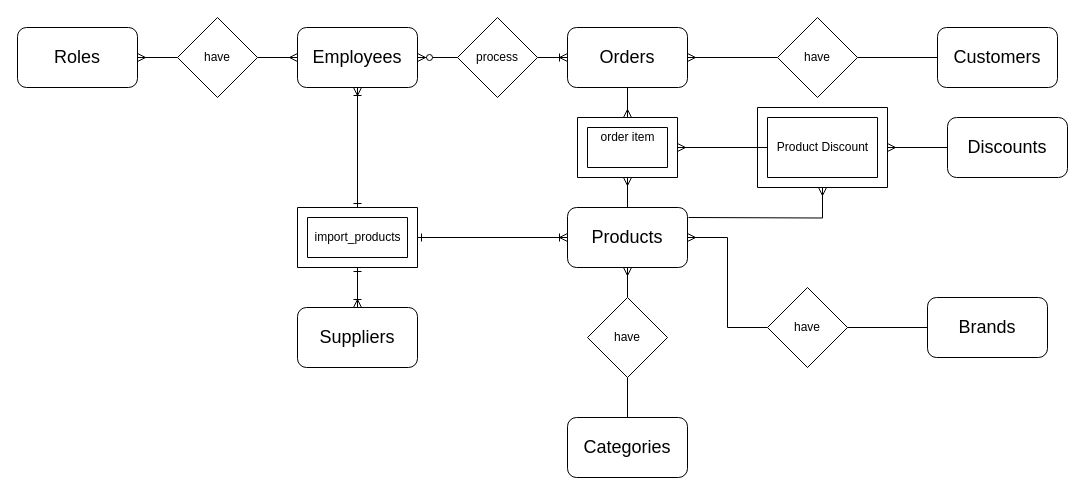
Above: assets/ERD2.drawio in vanluong94/aptech-market-management-system (draw.io), before the change. Source tidied: cells renumbered, new cells numbered last; positions are measured from the earlier drawing's top-left corner, leaving out a move shared by most shapes. Both pictures are drawn from the tidied source at 100%, with x=0, y=0 at pixel (17, 17).
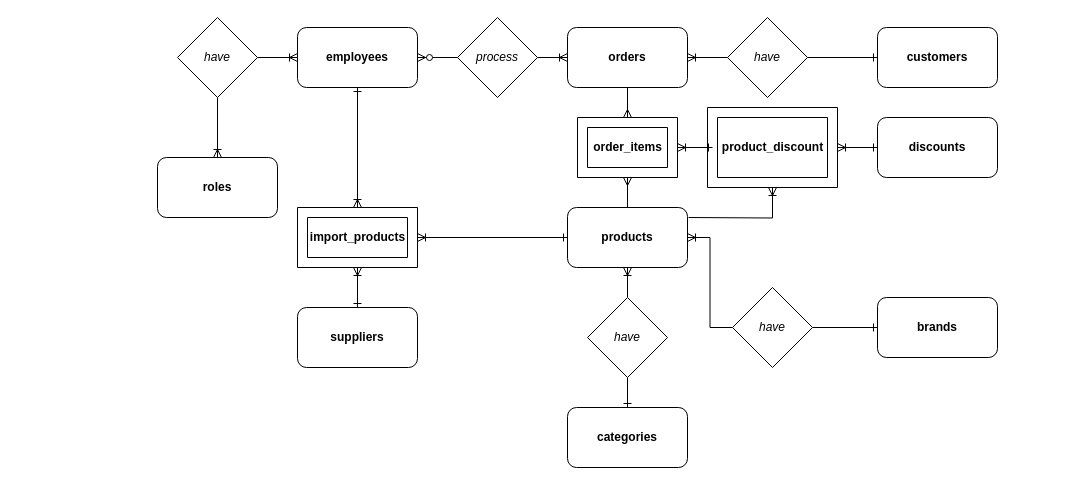
Above is the later version.

What changed in the source:
```diff
@@
-    <mxCell id="2" style="edgeStyle=orthogonalEdgeStyle;rounded=0;jettySize=auto;html=1;entryX=1;entryY=0.5;entryDx=0;entryDy=0;endArrow=none;endFill=0;" parent="1" edge="1" source="3" target="22">
+    <mxCell id="2" style="edgeStyle=orthogonalEdgeStyle;rounded=0;jettySize=auto;html=1;entryX=1;entryY=0.5;entryDx=0;entryDy=0;endArrow=none;endFill=0;startArrow=ERone;startFill=0;fontSize=12;" parent="1" edge="1" source="3" target="22">
       <mxGeometry relative="1" as="geometry" />
     </mxCell>
-    <mxCell id="3" value="Customers" style="rounded=1;whiteSpace=wrap;html=1;fontSize=18;" parent="1" vertex="1">
-      <mxGeometry x="920" y="10" width="120" height="60" as="geometry" />
+    <mxCell id="3" value="customers" style="rounded=1;whiteSpace=wrap;html=1;fontSize=12;fontStyle=1;" parent="1" vertex="1">
+      <mxGeometry x="860" y="10" width="120" height="60" as="geometry" />
     </mxCell>
-    <mxCell id="4" style="edgeStyle=orthogonalEdgeStyle;rounded=0;jettySize=auto;html=1;entryX=0.5;entryY=0;entryDx=0;entryDy=0;entryPerimeter=0;endArrow=ERmany;endFill=0;" parent="1" edge="1" source="5" target="29">
+    <mxCell id="4" style="edgeStyle=orthogonalEdgeStyle;rounded=0;jettySize=auto;html=1;entryX=0.5;entryY=0;entryDx=0;entryDy=0;entryPerimeter=0;endArrow=ERmany;endFill=0;fontSize=12;" parent="1" edge="1" source="5" target="29">
       <mxGeometry relative="1" as="geometry" />
     </mxCell>
-    <mxCell id="5" value="Orders" style="rounded=1;whiteSpace=wrap;html=1;fontSize=18;" parent="1" vertex="1">
+    <mxCell id="5" value="orders" style="rounded=1;whiteSpace=wrap;html=1;fontSize=12;fontStyle=1;" parent="1" vertex="1">
       <mxGeometry x="550" y="10" width="120" height="60" as="geometry" />
     </mxCell>
-    <mxCell id="6" style="edgeStyle=none;rounded=0;jettySize=auto;html=1;entryX=0;entryY=0.5;entryDx=0;entryDy=0;fontSize=18;endArrow=ERoneToMany;endFill=0;startArrow=none;startFill=1;exitX=1;exitY=0.5;exitDx=0;exitDy=0;" parent="1" edge="1" source="23" target="5">
+    <mxCell id="6" style="edgeStyle=none;rounded=0;jettySize=auto;html=1;entryX=0;entryY=0.5;entryDx=0;entryDy=0;fontSize=12;endArrow=ERoneToMany;endFill=0;startArrow=none;startFill=1;exitX=1;exitY=0.5;exitDx=0;exitDy=0;" parent="1" edge="1" source="23" target="5">
       <mxGeometry relative="1" as="geometry" />
     </mxCell>
-    <mxCell id="7" style="edgeStyle=orthogonalEdgeStyle;rounded=0;jettySize=auto;html=1;entryX=0.5;entryY=0;entryDx=0;entryDy=0;exitX=0.5;exitY=1;exitDx=0;exitDy=0;entryPerimeter=0;endArrow=ERone;endFill=0;startArrow=ERoneToMany;startFill=0;" parent="1" edge="1" source="8" target="38">
+    <mxCell id="7" style="edgeStyle=orthogonalEdgeStyle;rounded=0;jettySize=auto;html=1;entryX=0.5;entryY=0;entryDx=0;entryDy=0;exitX=0.5;exitY=1;exitDx=0;exitDy=0;entryPerimeter=0;endArrow=ERoneToMany;endFill=0;startArrow=ERone;startFill=0;fontSize=12;" parent="1" edge="1" source="8" target="38">
       <mxGeometry relative="1" as="geometry" />
     </mxCell>
-    <mxCell id="8" value="Employees" style="rounded=1;whiteSpace=wrap;html=1;fontSize=18;" parent="1" vertex="1">
+    <mxCell id="8" value="employees" style="rounded=1;whiteSpace=wrap;html=1;fontSize=12;fontStyle=1;" parent="1" vertex="1">
       <mxGeometry x="280" y="10" width="120" height="60" as="geometry" />
     </mxCell>
-    <mxCell id="9" style="edgeStyle=orthogonalEdgeStyle;rounded=0;jettySize=auto;html=1;endArrow=ERmany;endFill=0;entryX=0.5;entryY=1;entryDx=0;entryDy=0;entryPerimeter=0;" parent="1" edge="1" source="11" target="29">
+    <mxCell id="9" style="edgeStyle=orthogonalEdgeStyle;rounded=0;jettySize=auto;html=1;endArrow=ERmany;endFill=0;entryX=0.5;entryY=1;entryDx=0;entryDy=0;entryPerimeter=0;fontSize=12;" parent="1" edge="1" source="11" target="29">
       <mxGeometry relative="1" as="geometry" />
     </mxCell>
-    <mxCell id="10" style="edgeStyle=orthogonalEdgeStyle;rounded=0;jettySize=auto;html=1;entryX=0.5;entryY=1;entryDx=0;entryDy=0;entryPerimeter=0;endArrow=ERmany;endFill=0;" parent="1" edge="1" target="33">
+    <mxCell id="10" style="edgeStyle=orthogonalEdgeStyle;rounded=0;jettySize=auto;html=1;entryX=0.5;entryY=1;entryDx=0;entryDy=0;entryPerimeter=0;endArrow=ERoneToMany;endFill=0;fontSize=12;" parent="1" edge="1" target="33">
       <mxGeometry relative="1" as="geometry">
         <mxPoint x="671" y="200" as="sourcePoint" />
       </mxGeometry>
     </mxCell>
-    <mxCell id="11" value="Products" style="rounded=1;whiteSpace=wrap;html=1;fontSize=18;" parent="1" vertex="1">
+    <mxCell id="11" value="products" style="rounded=1;whiteSpace=wrap;html=1;fontSize=12;fontStyle=1;" parent="1" vertex="1">
       <mxGeometry x="550" y="190" width="120" height="60" as="geometry" />
     </mxCell>
-    <mxCell id="12" style="edgeStyle=orthogonalEdgeStyle;rounded=0;jettySize=auto;html=1;entryX=0.5;entryY=1;entryDx=0;entryDy=0;entryPerimeter=0;endArrow=ERone;endFill=0;startArrow=ERoneToMany;startFill=0;" parent="1" edge="1" source="13" target="38">
+    <mxCell id="12" style="edgeStyle=orthogonalEdgeStyle;rounded=0;jettySize=auto;html=1;entryX=0.5;entryY=1;entryDx=0;entryDy=0;entryPerimeter=0;endArrow=ERoneToMany;endFill=0;startArrow=ERone;startFill=0;fontSize=12;" parent="1" edge="1" source="13" target="38">
       <mxGeometry relative="1" as="geometry" />
     </mxCell>
-    <mxCell id="13" value="Suppliers" style="rounded=1;whiteSpace=wrap;html=1;fontSize=18;" parent="1" vertex="1">
+    <mxCell id="13" value="suppliers" style="rounded=1;whiteSpace=wrap;html=1;fontSize=12;fontStyle=1;" parent="1" vertex="1">
       <mxGeometry x="280" y="290" width="120" height="60" as="geometry" />
     </mxCell>
-    <mxCell id="14" style="edgeStyle=orthogonalEdgeStyle;rounded=0;jettySize=auto;html=1;entryX=0.5;entryY=1;entryDx=0;entryDy=0;endArrow=none;endFill=0;" parent="1" edge="1" source="15" target="32">
+    <mxCell id="14" style="edgeStyle=orthogonalEdgeStyle;rounded=0;jettySize=auto;html=1;entryX=0.5;entryY=1;entryDx=0;entryDy=0;endArrow=none;endFill=0;startArrow=ERone;startFill=0;fontSize=12;" parent="1" edge="1" source="15" target="32">
       <mxGeometry relative="1" as="geometry" />
     </mxCell>
-    <mxCell id="15" value="Categories" style="rounded=1;whiteSpace=wrap;html=1;fontSize=18;" parent="1" vertex="1">
-      <mxGeometry x="550" y="400" width="120" height="60" as="geometry" />
+    <mxCell id="15" value="categories" style="rounded=1;whiteSpace=wrap;html=1;fontSize=12;fontStyle=1;" parent="1" vertex="1">
+      <mxGeometry x="550" y="390" width="120" height="60" as="geometry" />
     </mxCell>
-    <mxCell id="16" style="edgeStyle=orthogonalEdgeStyle;rounded=0;jettySize=auto;html=1;entryX=1;entryY=0.5;entryDx=0;entryDy=0;entryPerimeter=0;endArrow=ERmany;endFill=0;" parent="1" edge="1" source="17" target="33">
+    <mxCell id="16" style="edgeStyle=orthogonalEdgeStyle;rounded=0;jettySize=auto;html=1;entryX=1;entryY=0.5;entryDx=0;entryDy=0;entryPerimeter=0;endArrow=ERoneToMany;endFill=0;startArrow=ERone;startFill=0;fontSize=12;" parent="1" edge="1" source="17" target="33">
       <mxGeometry relative="1" as="geometry" />
     </mxCell>
-    <mxCell id="17" value="Discounts" style="rounded=1;whiteSpace=wrap;html=1;fontSize=18;" parent="1" vertex="1">
-      <mxGeometry x="930" y="100" width="120" height="60" as="geometry" />
+    <mxCell id="17" value="discounts" style="rounded=1;whiteSpace=wrap;html=1;fontSize=12;fontStyle=1;" parent="1" vertex="1">
+      <mxGeometry x="860" y="100" width="120" height="60" as="geometry" />
     </mxCell>
-    <mxCell id="18" style="edgeStyle=orthogonalEdgeStyle;rounded=0;jettySize=auto;html=1;entryX=1;entryY=0.5;entryDx=0;entryDy=0;startArrow=none;startFill=0;endArrow=none;endFill=0;" parent="1" edge="1" source="19" target="37">
+    <mxCell id="18" style="edgeStyle=orthogonalEdgeStyle;rounded=0;jettySize=auto;html=1;entryX=1;entryY=0.5;entryDx=0;entryDy=0;startArrow=ERone;startFill=0;endArrow=none;endFill=0;fontSize=12;" parent="1" edge="1" source="19" target="37">
       <mxGeometry relative="1" as="geometry" />
     </mxCell>
-    <mxCell id="19" value="&lt;font style=&quot;font-size: 18px&quot;&gt;Brands&lt;/font&gt;" style="rounded=1;whiteSpace=wrap;html=1;sketch=0;" parent="1" vertex="1">
-      <mxGeometry x="910" y="280" width="120" height="60" as="geometry" />
+    <mxCell id="19" value="&lt;font style=&quot;font-size: 12px;&quot;&gt;brands&lt;/font&gt;" style="rounded=1;whiteSpace=wrap;html=1;sketch=0;fontSize=12;fontStyle=1;" parent="1" vertex="1">
+      <mxGeometry x="860" y="280" width="120" height="60" as="geometry" />
     </mxCell>
-    <mxCell id="20" value="Roles" style="rounded=1;whiteSpace=wrap;html=1;fontSize=18;" parent="1" vertex="1">
-      <mxGeometry y="10" width="120" height="60" as="geometry" />
+    <mxCell id="20" value="roles" style="rounded=1;whiteSpace=wrap;html=1;fontSize=12;fontStyle=1;" parent="1" vertex="1">
+      <mxGeometry x="140" y="140" width="120" height="60" as="geometry" />
     </mxCell>
-    <mxCell id="21" style="edgeStyle=orthogonalEdgeStyle;rounded=0;jettySize=auto;html=1;entryX=1;entryY=0.5;entryDx=0;entryDy=0;endArrow=ERmany;endFill=0;" parent="1" edge="1" source="22" target="5">
+    <mxCell id="21" style="edgeStyle=orthogonalEdgeStyle;rounded=0;jettySize=auto;html=1;entryX=1;entryY=0.5;entryDx=0;entryDy=0;endArrow=ERoneToMany;endFill=0;fontSize=12;" parent="1" edge="1" source="22" target="5">
       <mxGeometry relative="1" as="geometry" />
     </mxCell>
-    <mxCell id="22" value="have" style="rhombus;whiteSpace=wrap;html=1;" parent="1" vertex="1">
-      <mxGeometry x="760" width="80" height="80" as="geometry" />
+    <mxCell id="22" value="have" style="rhombus;whiteSpace=wrap;html=1;fontSize=12;fontStyle=2;" parent="1" vertex="1">
+      <mxGeometry x="710" width="80" height="80" as="geometry" />
     </mxCell>
-    <mxCell id="23" value="process" style="rhombus;whiteSpace=wrap;html=1;" parent="1" vertex="1">
+    <mxCell id="23" value="process" style="rhombus;whiteSpace=wrap;html=1;fontSize=12;fontStyle=2;" parent="1" vertex="1">
       <mxGeometry x="440" width="80" height="80" as="geometry" />
     </mxCell>
-    <mxCell id="24" style="edgeStyle=none;rounded=0;jettySize=auto;html=1;entryX=0;entryY=0.5;entryDx=0;entryDy=0;fontSize=18;endArrow=none;endFill=0;startArrow=ERzeroToMany;startFill=1;" parent="1" edge="1" source="8" target="23">
+    <mxCell id="24" style="edgeStyle=none;rounded=0;jettySize=auto;html=1;entryX=0;entryY=0.5;entryDx=0;entryDy=0;fontSize=12;endArrow=none;endFill=0;startArrow=ERzeroToMany;startFill=1;" parent="1" edge="1" source="8" target="23">
       <mxGeometry relative="1" as="geometry" />
     </mxCell>
-    <mxCell id="25" style="edgeStyle=orthogonalEdgeStyle;rounded=0;jettySize=auto;html=1;entryX=0;entryY=0.5;entryDx=0;entryDy=0;endArrow=ERmany;endFill=0;" parent="1" edge="1" source="27" target="8">
+    <mxCell id="25" style="edgeStyle=orthogonalEdgeStyle;rounded=0;jettySize=auto;html=1;entryX=0;entryY=0.5;entryDx=0;entryDy=0;endArrow=ERoneToMany;endFill=0;fontSize=12;" parent="1" edge="1" source="27" target="8">
       <mxGeometry relative="1" as="geometry" />
     </mxCell>
-    <mxCell id="26" style="edgeStyle=orthogonalEdgeStyle;rounded=0;jettySize=auto;html=1;entryX=1;entryY=0.5;entryDx=0;entryDy=0;endArrow=ERmany;endFill=0;" parent="1" edge="1" source="27" target="20">
+    <mxCell id="26" style="edgeStyle=orthogonalEdgeStyle;rounded=0;jettySize=auto;html=1;entryX=0.5;entryY=0;entryDx=0;entryDy=0;endArrow=ERoneToMany;endFill=0;fontSize=12;" parent="1" edge="1" source="27" target="20">
       <mxGeometry relative="1" as="geometry" />
     </mxCell>
-    <mxCell id="27" value="have" style="rhombus;whiteSpace=wrap;html=1;" parent="1" vertex="1">
+    <mxCell id="27" value="have" style="rhombus;whiteSpace=wrap;html=1;fontSize=12;fontStyle=2;" parent="1" vertex="1">
       <mxGeometry x="160" width="80" height="80" as="geometry" />
     </mxCell>
-    <mxCell id="28" style="edgeStyle=orthogonalEdgeStyle;rounded=0;jettySize=auto;html=1;startArrow=ERoneToMany;startFill=0;endArrow=ERone;endFill=0;entryX=1;entryY=0.5;entryDx=0;entryDy=0;entryPerimeter=0;" parent="1" edge="1" source="11" target="38">
+    <mxCell id="28" style="edgeStyle=orthogonalEdgeStyle;rounded=0;jettySize=auto;html=1;startArrow=ERone;startFill=0;endArrow=ERoneToMany;endFill=0;entryX=1;entryY=0.5;entryDx=0;entryDy=0;entryPerimeter=0;fontSize=12;" parent="1" edge="1" source="11" target="38">
       <mxGeometry relative="1" as="geometry" />
     </mxCell>
-    <mxCell id="29" style="verticalLabelPosition=bottom;verticalAlign=top;html=1;shape=mxgraph.basic.frame;dx=10;" parent="1" vertex="1">
+    <mxCell id="29" style="verticalLabelPosition=bottom;verticalAlign=top;html=1;shape=mxgraph.basic.frame;dx=10;fontSize=12;" parent="1" vertex="1">
       <mxGeometry x="560" y="100" width="100" height="60" as="geometry" />
     </mxCell>
-    <mxCell id="30" value="order item" style="text;html=1;align=center;verticalAlign=middle;strokeColor=none;" parent="1" vertex="1">
-      <mxGeometry x="575" y="110" width="70" height="20" as="geometry" />
+    <mxCell id="30" value="order_items" style="text;html=1;align=center;verticalAlign=middle;strokeColor=none;fontSize=12;fontStyle=1;" parent="1" vertex="1">
+      <mxGeometry x="570" y="120" width="80" height="20" as="geometry" />
     </mxCell>
-    <mxCell id="31" style="edgeStyle=orthogonalEdgeStyle;rounded=0;jettySize=auto;html=1;entryX=0.5;entryY=1;entryDx=0;entryDy=0;endArrow=ERmany;endFill=0;" parent="1" edge="1" source="32" target="11">
+    <mxCell id="31" style="edgeStyle=orthogonalEdgeStyle;rounded=0;jettySize=auto;html=1;entryX=0.5;entryY=1;entryDx=0;entryDy=0;endArrow=ERoneToMany;endFill=0;fontSize=12;" parent="1" edge="1" source="32" target="11">
       <mxGeometry relative="1" as="geometry" />
     </mxCell>
-    <mxCell id="32" value="have" style="rhombus;whiteSpace=wrap;html=1;" parent="1" vertex="1">
+    <mxCell id="32" value="have" style="rhombus;whiteSpace=wrap;html=1;fontSize=12;fontStyle=2;" parent="1" vertex="1">
       <mxGeometry x="570" y="280" width="80" height="80" as="geometry" />
     </mxCell>
-    <mxCell id="33" style="verticalLabelPosition=bottom;verticalAlign=top;html=1;shape=mxgraph.basic.frame;dx=10;" parent="1" vertex="1">
-      <mxGeometry x="740" y="90" width="130" height="80" as="geometry" />
+    <mxCell id="33" style="verticalLabelPosition=bottom;verticalAlign=top;html=1;shape=mxgraph.basic.frame;dx=10;fontSize=12;" parent="1" vertex="1">
+      <mxGeometry x="690" y="90" width="130" height="80" as="geometry" />
     </mxCell>
-    <mxCell id="34" style="edgeStyle=orthogonalEdgeStyle;rounded=0;jettySize=auto;html=1;entryX=1;entryY=0.5;entryDx=0;entryDy=0;entryPerimeter=0;endArrow=ERmany;endFill=0;" parent="1" edge="1" source="35" target="29">
+    <mxCell id="34" style="edgeStyle=orthogonalEdgeStyle;rounded=0;jettySize=auto;html=1;entryX=1;entryY=0.5;entryDx=0;entryDy=0;entryPerimeter=0;endArrow=ERoneToMany;endFill=0;startArrow=ERone;startFill=0;fontSize=12;" parent="1" edge="1" source="35" target="29">
       <mxGeometry relative="1" as="geometry" />
     </mxCell>
-    <mxCell id="35" value="Product Discount" style="text;html=1;align=center;verticalAlign=middle;points=[];strokeColor=none;" parent="1" vertex="1">
-      <mxGeometry x="750" y="120" width="110" height="20" as="geometry" />
+    <mxCell id="35" value="product_discount" style="text;html=1;align=center;verticalAlign=middle;points=[];strokeColor=none;fontSize=12;fontStyle=1;" parent="1" vertex="1">
+      <mxGeometry x="695" y="120" width="120" height="20" as="geometry" />
     </mxCell>
-    <mxCell id="36" style="edgeStyle=orthogonalEdgeStyle;rounded=0;jettySize=auto;html=1;entryX=1;entryY=0.5;entryDx=0;entryDy=0;startArrow=none;startFill=0;endArrow=ERmany;endFill=0;" parent="1" edge="1" source="37" target="11">
+    <mxCell id="36" style="edgeStyle=orthogonalEdgeStyle;rounded=0;jettySize=auto;html=1;entryX=1;entryY=0.5;entryDx=0;entryDy=0;startArrow=none;startFill=0;endArrow=ERoneToMany;endFill=0;fontSize=12;" parent="1" edge="1" source="37" target="11">
       <mxGeometry relative="1" as="geometry" />
     </mxCell>
-    <mxCell id="37" value="have" style="rhombus;whiteSpace=wrap;html=1;" parent="1" vertex="1">
-      <mxGeometry x="750" y="270" width="80" height="80" as="geometry" />
+    <mxCell id="37" value="have" style="rhombus;whiteSpace=wrap;html=1;fontSize=12;fontStyle=2;" parent="1" vertex="1">
+      <mxGeometry x="715" y="270" width="80" height="80" as="geometry" />
     </mxCell>
-    <mxCell id="38" style="verticalLabelPosition=bottom;verticalAlign=top;html=1;shape=mxgraph.basic.frame;dx=10;rounded=0;" parent="1" vertex="1">
+    <mxCell id="38" style="verticalLabelPosition=bottom;verticalAlign=top;html=1;shape=mxgraph.basic.frame;dx=10;rounded=0;fontSize=12;" parent="1" vertex="1">
       <mxGeometry x="280" y="190" width="120" height="60" as="geometry" />
     </mxCell>
-    <mxCell id="39" value="import_products" style="text;html=1;align=center;verticalAlign=middle;" parent="1" vertex="1">
-      <mxGeometry x="290" y="210" width="100" height="20" as="geometry" />
+    <mxCell id="39" value="import_products" style="text;html=1;align=center;verticalAlign=middle;fontSize=12;fontStyle=1;" parent="1" vertex="1">
+      <mxGeometry x="285" y="210" width="110" height="20" as="geometry" />
     </mxCell>
```
